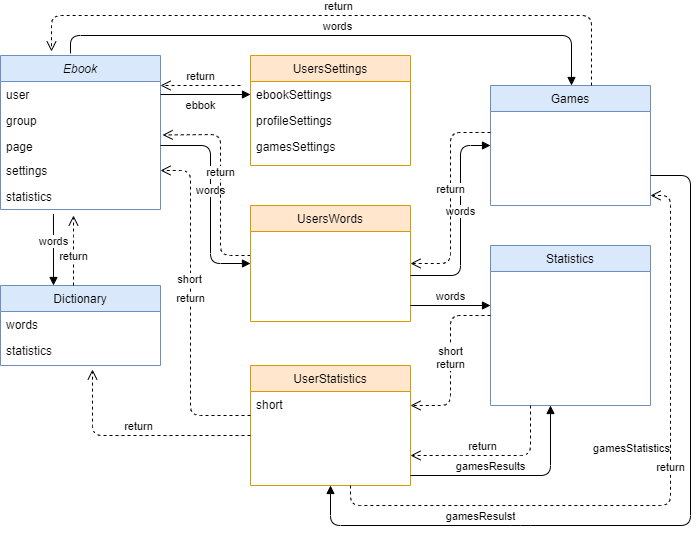
Earlier version of the draw.io export ebook-statistics.png (kastrubait/Mobile-financial-assistant-for-ladies). Source tidied: cells renumbered, new cells last; positions are measured from the earlier drawing's top-left corner, leaving out a move shared by most shapes. The source it was exported from:
```xml
<mxGraphModel>
  <root>
    <mxCell id="0" />
    <mxCell id="1" parent="0" />
    <mxCell id="2" value="Ebook" style="swimlane;fontStyle=2;align=center;verticalAlign=top;horizontal=1;startSize=26;rounded=0;shadow=0;strokeWidth=1;fillColor=#dae8fc;strokeColor=#6c8ebf;" parent="1" vertex="1">
      <mxGeometry y="40" width="160" height="154" as="geometry" />
    </mxCell>
    <mxCell id="3" value="user" style="text;align=left;verticalAlign=top;spacingLeft=4;spacingRight=4;overflow=hidden;rounded=0;shadow=0;html=0;" parent="2" vertex="1">
      <mxGeometry y="26" width="160" height="26" as="geometry" />
    </mxCell>
    <mxCell id="4" value="group" style="text;align=left;verticalAlign=top;spacingLeft=4;spacingRight=4;overflow=hidden;" parent="2" vertex="1">
      <mxGeometry y="52" width="160" height="26" as="geometry" />
    </mxCell>
    <mxCell id="5" value="page" style="text;align=left;verticalAlign=top;spacingLeft=4;spacingRight=4;overflow=hidden;points=[[0,0.5],[1,0.5]];portConstraint=eastwest;rounded=0;shadow=0;html=0;" parent="2" vertex="1">
      <mxGeometry y="78" width="160" height="24" as="geometry" />
    </mxCell>
    <mxCell id="6" value="settings" style="text;align=left;verticalAlign=top;spacingLeft=4;spacingRight=4;overflow=hidden;rounded=0;shadow=0;html=0;" parent="2" vertex="1">
      <mxGeometry y="102" width="160" height="26" as="geometry" />
    </mxCell>
    <mxCell id="7" value="statistics" style="text;align=left;verticalAlign=top;spacingLeft=4;spacingRight=4;overflow=hidden;points=[[0,0.5],[1,0.5]];portConstraint=eastwest;rounded=0;shadow=0;html=0;" parent="2" vertex="1">
      <mxGeometry y="128" width="160" height="26" as="geometry" />
    </mxCell>
    <mxCell id="8" value="Dictionary&#10;" style="swimlane;fontStyle=0;align=center;verticalAlign=top;horizontal=1;startSize=26;rounded=0;shadow=0;strokeWidth=1;fillColor=#dae8fc;strokeColor=#6c8ebf;" parent="1" vertex="1">
      <mxGeometry y="270" width="160" height="80" as="geometry" />
    </mxCell>
    <mxCell id="9" value="words" style="text;align=left;verticalAlign=top;spacingLeft=4;spacingRight=4;overflow=hidden;rounded=0;shadow=0;html=0;" parent="8" vertex="1">
      <mxGeometry y="26" width="160" height="26" as="geometry" />
    </mxCell>
    <mxCell id="10" value="statistics" style="text;align=left;verticalAlign=top;spacingLeft=4;spacingRight=4;overflow=hidden;points=[[0,0.5],[1,0.5]];portConstraint=eastwest;rounded=0;shadow=0;html=0;" parent="8" vertex="1">
      <mxGeometry y="52" width="160" height="26" as="geometry" />
    </mxCell>
    <mxCell id="11" value="UsersSettings" style="swimlane;fontStyle=0;align=center;verticalAlign=top;horizontal=1;startSize=26;rounded=0;shadow=0;strokeWidth=1;fillColor=#ffe6cc;strokeColor=#d79b00;" parent="1" vertex="1">
      <mxGeometry x="250" y="40" width="160" height="110" as="geometry" />
    </mxCell>
    <mxCell id="12" value="ebookSettings" style="text;align=left;verticalAlign=top;spacingLeft=4;spacingRight=4;overflow=hidden;rounded=0;shadow=0;html=0;" parent="11" vertex="1">
      <mxGeometry y="26" width="160" height="26" as="geometry" />
    </mxCell>
    <mxCell id="13" value="profileSettings" style="text;align=left;verticalAlign=top;spacingLeft=4;spacingRight=4;overflow=hidden;rounded=0;shadow=0;html=0;" parent="11" vertex="1">
      <mxGeometry y="52" width="160" height="26" as="geometry" />
    </mxCell>
    <mxCell id="14" value="gamesSettings" style="text;align=left;verticalAlign=top;spacingLeft=4;spacingRight=4;overflow=hidden;rounded=0;shadow=0;html=0;" parent="11" vertex="1">
      <mxGeometry y="78" width="160" height="26" as="geometry" />
    </mxCell>
    <mxCell id="15" value="Games" style="swimlane;fontStyle=0;align=center;verticalAlign=top;horizontal=1;startSize=26;rounded=0;shadow=0;strokeWidth=1;fillColor=#dae8fc;strokeColor=#6c8ebf;" parent="1" vertex="1">
      <mxGeometry x="490" y="70" width="160" height="120" as="geometry" />
    </mxCell>
    <mxCell id="16" value="UserStatistics&#10;" style="swimlane;fontStyle=0;align=center;verticalAlign=top;horizontal=1;startSize=26;rounded=0;shadow=0;strokeWidth=1;fillColor=#ffe6cc;strokeColor=#d79b00;" parent="1" vertex="1">
      <mxGeometry x="250" y="350" width="160" height="120" as="geometry" />
    </mxCell>
    <mxCell id="17" value="short" style="text;align=left;verticalAlign=top;spacingLeft=4;spacingRight=4;overflow=hidden;rounded=0;shadow=0;html=0;" parent="16" vertex="1">
      <mxGeometry y="26" width="160" height="26" as="geometry" />
    </mxCell>
    <mxCell id="18" value="Statistics&#10;" style="swimlane;fontStyle=0;align=center;verticalAlign=top;horizontal=1;startSize=26;rounded=0;shadow=0;strokeWidth=1;fillColor=#dae8fc;strokeColor=#6c8ebf;" parent="1" vertex="1">
      <mxGeometry x="490" y="230" width="160" height="160" as="geometry" />
    </mxCell>
    <mxCell id="19" value="ebbok" style="html=1;verticalAlign=bottom;endArrow=block;" parent="1" edge="1">
      <mxGeometry x="-0.12" y="-20" relative="1" as="geometry">
        <mxPoint x="160" y="79" as="sourcePoint" />
        <mxPoint x="250" y="79" as="targetPoint" />
      </mxGeometry>
    </mxCell>
    <mxCell id="20" value="return" style="html=1;verticalAlign=bottom;endArrow=open;dashed=1;endSize=8;" parent="1" edge="1">
      <mxGeometry relative="1" as="geometry">
        <mxPoint x="240" y="70" as="sourcePoint" />
        <mxPoint x="160" y="70" as="targetPoint" />
      </mxGeometry>
    </mxCell>
    <mxCell id="21" value="words" style="html=1;verticalAlign=bottom;endArrow=block;exitX=1;exitY=0.5;exitDx=0;exitDy=0;" parent="1" edge="1" source="5">
      <mxGeometry relative="1" as="geometry">
        <mxPoint x="250" y="248" as="targetPoint" />
        <Array as="points">
          <mxPoint x="210" y="130" />
          <mxPoint x="210" y="248" />
        </Array>
      </mxGeometry>
    </mxCell>
    <mxCell id="22" value="return" style="html=1;verticalAlign=bottom;endArrow=open;dashed=1;endSize=8;entryX=1.013;entryY=0.061;entryDx=0;entryDy=0;entryPerimeter=0;" parent="1" edge="1" target="5">
      <mxGeometry relative="1" as="geometry">
        <mxPoint x="250" y="240" as="sourcePoint" />
        <Array as="points">
          <mxPoint x="220" y="240" />
          <mxPoint x="220" y="119" />
        </Array>
      </mxGeometry>
    </mxCell>
    <mxCell id="23" value="words" style="html=1;verticalAlign=bottom;endArrow=block;exitX=0.331;exitY=1.175;exitDx=0;exitDy=0;exitPerimeter=0;" parent="1" edge="1" source="7">
      <mxGeometry relative="1" as="geometry">
        <mxPoint x="53" y="270" as="targetPoint" />
      </mxGeometry>
    </mxCell>
    <mxCell id="24" value="return" style="html=1;verticalAlign=bottom;endArrow=open;dashed=1;endSize=8;" parent="1" edge="1">
      <mxGeometry x="-0.42" relative="1" as="geometry">
        <mxPoint x="73" y="270" as="sourcePoint" />
        <mxPoint x="73" y="200" as="targetPoint" />
        <Array as="points">
          <mxPoint x="73" y="230" />
        </Array>
      </mxGeometry>
    </mxCell>
    <mxCell id="25" value="UsersWords" style="swimlane;fontStyle=0;align=center;verticalAlign=top;horizontal=1;startSize=26;rounded=0;shadow=0;strokeWidth=1;fillColor=#ffe6cc;strokeColor=#d79b00;" parent="1" vertex="1">
      <mxGeometry x="250" y="190" width="160" height="116" as="geometry" />
    </mxCell>
    <mxCell id="26" value="words" style="html=1;verticalAlign=bottom;endArrow=block;" parent="1" edge="1">
      <mxGeometry relative="1" as="geometry">
        <mxPoint x="410" y="290" as="sourcePoint" />
        <mxPoint x="490" y="290" as="targetPoint" />
      </mxGeometry>
    </mxCell>
    <mxCell id="27" value="return" style="html=1;verticalAlign=bottom;endArrow=open;dashed=1;endSize=8;" parent="1" edge="1">
      <mxGeometry x="0.16" relative="1" as="geometry">
        <mxPoint x="490" y="300" as="sourcePoint" />
        <mxPoint x="410" y="390" as="targetPoint" />
        <Array as="points">
          <mxPoint x="450" y="300" />
          <mxPoint x="450" y="390" />
        </Array>
      </mxGeometry>
    </mxCell>
    <mxCell id="28" value="short" style="edgeLabel;html=1;align=center;verticalAlign=middle;" parent="27" vertex="1">
      <mxGeometry x="-0.3" y="-1" relative="1" as="geometry">
        <mxPoint y="15" as="offset" />
      </mxGeometry>
    </mxCell>
    <mxCell id="29" value="return" style="html=1;verticalAlign=bottom;endArrow=open;dashed=1;endSize=8;entryX=1;entryY=0.5;entryDx=0;entryDy=0;" parent="1" edge="1">
      <mxGeometry relative="1" as="geometry">
        <mxPoint x="250" y="400" as="sourcePoint" />
        <mxPoint x="160" y="155" as="targetPoint" />
        <Array as="points">
          <mxPoint x="190" y="400" />
          <mxPoint x="190" y="155" />
        </Array>
      </mxGeometry>
    </mxCell>
    <mxCell id="30" value="short" style="edgeLabel;html=1;align=center;verticalAlign=middle;" parent="29" vertex="1">
      <mxGeometry x="0.67" y="2" relative="1" as="geometry">
        <mxPoint y="83" as="offset" />
      </mxGeometry>
    </mxCell>
    <mxCell id="31" value="words" style="html=1;verticalAlign=bottom;endArrow=block;entryX=0;entryY=0.5;entryDx=0;entryDy=0;" parent="1" edge="1" target="15">
      <mxGeometry relative="1" as="geometry">
        <mxPoint x="410" y="260" as="sourcePoint" />
        <Array as="points">
          <mxPoint x="460" y="260" />
          <mxPoint x="460" y="130" />
        </Array>
      </mxGeometry>
    </mxCell>
    <mxCell id="32" value="return" style="html=1;verticalAlign=bottom;endArrow=open;dashed=1;endSize=8;entryX=1;entryY=0.5;entryDx=0;entryDy=0;" parent="1" edge="1" target="25">
      <mxGeometry relative="1" as="geometry">
        <mxPoint x="490" y="117" as="sourcePoint" />
        <Array as="points">
          <mxPoint x="450" y="117" />
          <mxPoint x="450" y="248" />
        </Array>
      </mxGeometry>
    </mxCell>
    <mxCell id="33" value="words" style="html=1;verticalAlign=bottom;endArrow=block;" parent="1" edge="1">
      <mxGeometry relative="1" as="geometry">
        <mxPoint x="70" y="38" as="sourcePoint" />
        <mxPoint x="571" y="70" as="targetPoint" />
        <Array as="points">
          <mxPoint x="70" y="20" />
          <mxPoint x="571" y="20" />
        </Array>
      </mxGeometry>
    </mxCell>
    <mxCell id="34" value="return" style="html=1;verticalAlign=bottom;endArrow=open;dashed=1;endSize=8;entryX=1;entryY=0.75;entryDx=0;entryDy=0;exitX=0.25;exitY=1;exitDx=0;exitDy=0;" parent="1" edge="1" source="18" target="16">
      <mxGeometry x="0.16" relative="1" as="geometry">
        <Array as="points">
          <mxPoint x="530" y="440" />
          <mxPoint x="470" y="440" />
        </Array>
      </mxGeometry>
    </mxCell>
    <mxCell id="35" value="gamesResults" style="html=1;verticalAlign=bottom;endArrow=block;" parent="1" edge="1">
      <mxGeometry x="-0.24" relative="1" as="geometry">
        <mxPoint x="410" y="460" as="sourcePoint" />
        <mxPoint x="550" y="390" as="targetPoint" />
        <Array as="points">
          <mxPoint x="550" y="460" />
        </Array>
      </mxGeometry>
    </mxCell>
    <mxCell id="36" value="gamesResulst" style="html=1;verticalAlign=bottom;endArrow=block;exitX=1;exitY=0.75;exitDx=0;exitDy=0;entryX=0.5;entryY=1;entryDx=0;entryDy=0;" parent="1" edge="1" source="15" target="16">
      <mxGeometry x="0.52" relative="1" as="geometry">
        <Array as="points">
          <mxPoint x="690" y="160" />
          <mxPoint x="690" y="510" />
          <mxPoint x="520" y="510" />
          <mxPoint x="330" y="510" />
        </Array>
      </mxGeometry>
    </mxCell>
    <mxCell id="37" value="return" style="html=1;verticalAlign=bottom;endArrow=open;dashed=1;endSize=8;" parent="1" edge="1">
      <mxGeometry x="0.1" relative="1" as="geometry">
        <mxPoint x="350" y="470" as="sourcePoint" />
        <mxPoint x="650" y="180" as="targetPoint" />
        <Array as="points">
          <mxPoint x="350" y="490" />
          <mxPoint x="670" y="490" />
          <mxPoint x="670" y="180" />
        </Array>
      </mxGeometry>
    </mxCell>
    <mxCell id="38" value="&lt;span style=&quot;color: rgba(0 , 0 , 0 , 0) ; font-family: monospace ; font-size: 0px ; background-color: rgb(248 , 249 , 250)&quot;&gt;%3CmxGraphModel%3E%3Croot%3E%3CmxCell%20id%3D%220%22%2F%3E%3CmxCell%20id%3D%221%22%20parent%3D%220%22%2F%3E%3CmxCell%20id%3D%222%22%20value%3D%22gamesResulst%22%20style%3D%22html%3D1%3BverticalAlign%3Dbottom%3BendArrow%3Dblock%3BexitX%3D1%3BexitY%3D0.75%3BexitDx%3D0%3BexitDy%3D0%3BentryX%3D0.5%3BentryY%3D1%3BentryDx%3D0%3BentryDy%3D0%3B%22%20edge%3D%221%22%20parent%3D%221%22%3E%3CmxGeometry%20x%3D%220.519%22%20width%3D%2280%22%20relative%3D%221%22%20as%3D%22geometry%22%3E%3CmxPoint%20x%3D%22760%22%20y%3D%22250%22%20as%3D%22sourcePoint%22%2F%3E%3CmxPoint%20x%3D%22440%22%20y%3D%22560%22%20as%3D%22targetPoint%22%2F%3E%3CArray%20as%3D%22points%22%3E%3CmxPoint%20x%3D%22800%22%20y%3D%22250%22%2F%3E%3CmxPoint%20x%3D%22800%22%20y%3D%22600%22%2F%3E%3CmxPoint%20x%3D%22630%22%20y%3D%22600%22%2F%3E%3CmxPoint%20x%3D%22440%22%20y%3D%22600%22%2F%3E%3C%2FArray%3E%3CmxPoint%20as%3D%22offset%22%2F%3E%3C%2FmxGeometry%3E%3C%2FmxCell%3E%3C%2Froot%3E%3C%2FmxGraphModel%3Egames&lt;/span&gt;" style="edgeLabel;html=1;align=center;verticalAlign=middle;" parent="37" vertex="1">
      <mxGeometry x="-0.55" y="1" relative="1" as="geometry">
        <mxPoint x="194" y="-99" as="offset" />
      </mxGeometry>
    </mxCell>
    <mxCell id="39" value="gamesStatistics" style="edgeLabel;html=1;align=center;verticalAlign=middle;" parent="37" vertex="1">
      <mxGeometry x="0.19" y="3" relative="1" as="geometry">
        <mxPoint x="-37" y="1" as="offset" />
      </mxGeometry>
    </mxCell>
    <mxCell id="40" value="return" style="html=1;verticalAlign=bottom;endArrow=open;dashed=1;endSize=8;entryX=0.575;entryY=1.231;entryDx=0;entryDy=0;entryPerimeter=0;" parent="1" edge="1" target="10">
      <mxGeometry relative="1" as="geometry">
        <mxPoint x="250" y="420" as="sourcePoint" />
        <Array as="points">
          <mxPoint x="92" y="420" />
        </Array>
      </mxGeometry>
    </mxCell>
    <mxCell id="41" value="return" style="html=1;verticalAlign=bottom;endArrow=open;dashed=1;endSize=8;" parent="1" edge="1">
      <mxGeometry relative="1" as="geometry">
        <mxPoint x="591" y="70" as="sourcePoint" />
        <mxPoint x="51" y="36" as="targetPoint" />
        <Array as="points">
          <mxPoint x="591" />
          <mxPoint x="51" />
        </Array>
      </mxGeometry>
    </mxCell>
  </root>
</mxGraphModel>
```
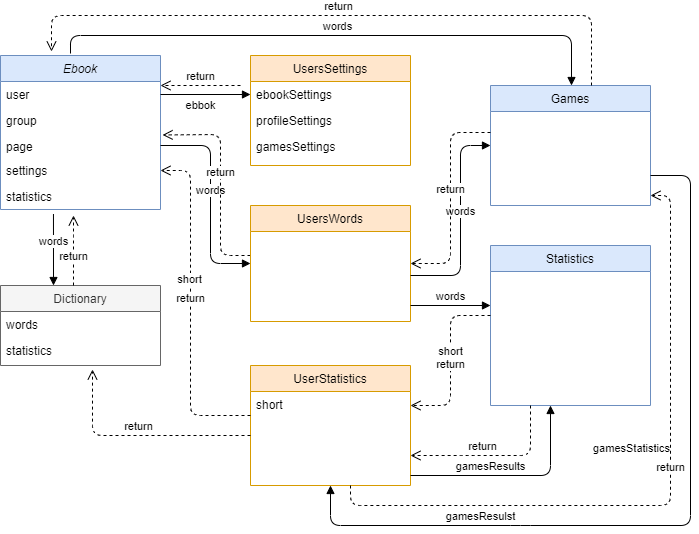
Above is the later version.

Diff of the diagram source:
```diff
@@ -20,7 +20,7 @@
     <mxCell id="7" value="statistics" style="text;align=left;verticalAlign=top;spacingLeft=4;spacingRight=4;overflow=hidden;points=[[0,0.5],[1,0.5]];portConstraint=eastwest;rounded=0;shadow=0;html=0;" parent="2" vertex="1">
       <mxGeometry y="128" width="160" height="26" as="geometry" />
     </mxCell>
-    <mxCell id="8" value="Dictionary&#10;" style="swimlane;fontStyle=0;align=center;verticalAlign=top;horizontal=1;startSize=26;rounded=0;shadow=0;strokeWidth=1;fillColor=#dae8fc;strokeColor=#6c8ebf;" parent="1" vertex="1">
+    <mxCell id="8" value="Dictionary&#10;" style="swimlane;fontStyle=0;align=center;verticalAlign=top;horizontal=1;startSize=26;rounded=0;shadow=0;strokeWidth=1;fillColor=#f5f5f5;strokeColor=#666666;fontColor=#333333;" parent="1" vertex="1">
       <mxGeometry y="270" width="160" height="80" as="geometry" />
     </mxCell>
     <mxCell id="9" value="words" style="text;align=left;verticalAlign=top;spacingLeft=4;spacingRight=4;overflow=hidden;rounded=0;shadow=0;html=0;" parent="8" vertex="1">
```
